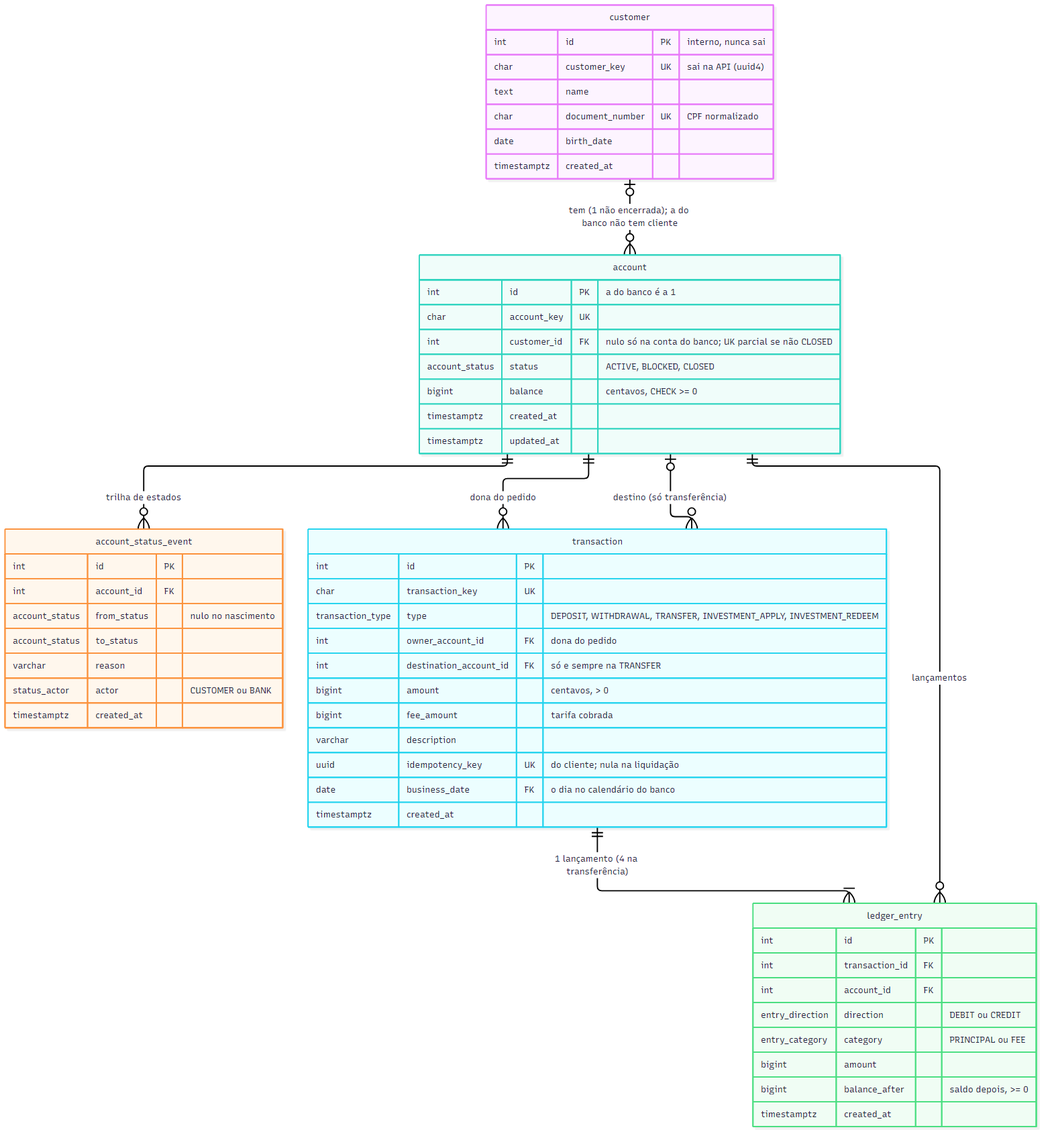
This is docs/diagramas/er-nucleo.png from heluylucas/bootcamp-qi-tech-presidas-, a Mermaid export, as it was before one commit. Its source is kept beside it as docs/diagramas/er-nucleo.mmd.
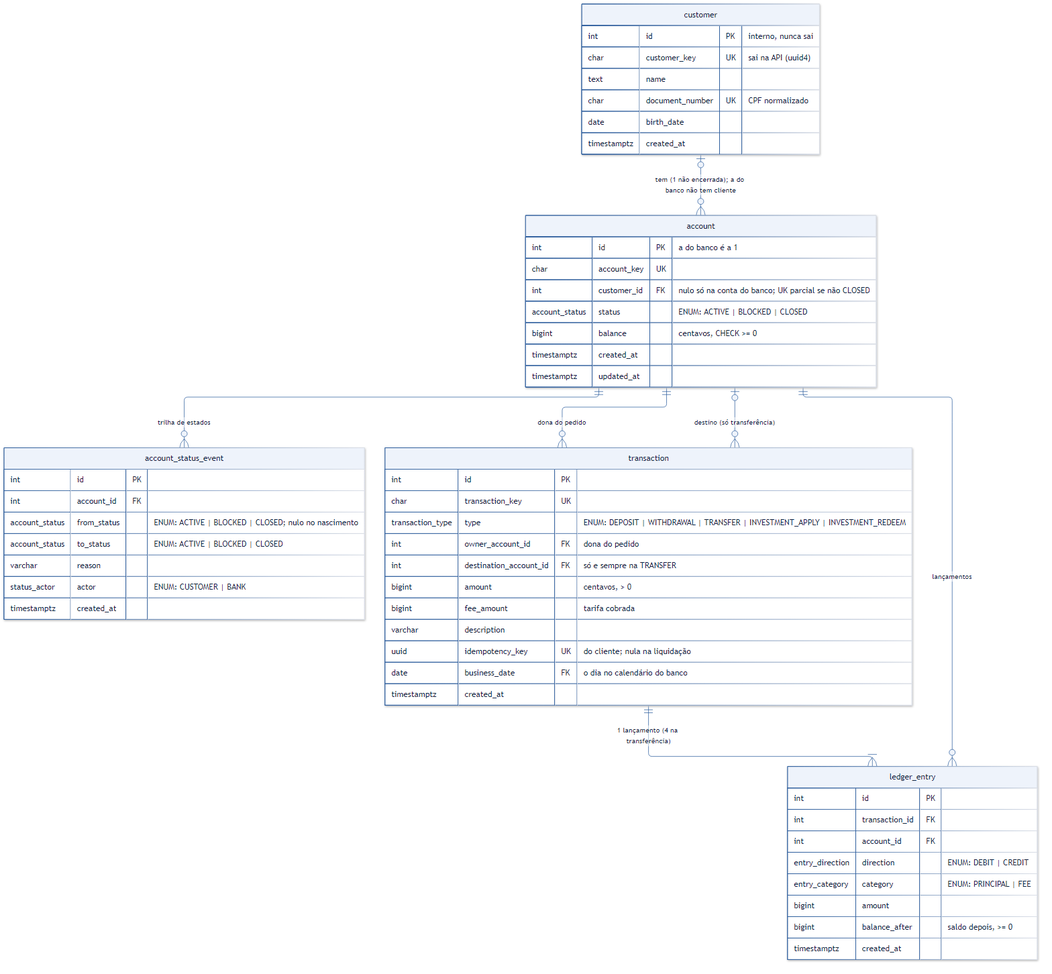
The same diagram one commit later.

Diff of the diagram source:
```diff
@@ -1,5 +1,16 @@
 ---
 config:
+  theme: base
+  themeVariables:
+    primaryColor: "#eef3fb"
+    primaryBorderColor: "#2f5f9e"
+    primaryTextColor: "#10233f"
+    lineColor: "#2f5f9e"
+    secondaryColor: "#f7f9fd"
+    tertiaryColor: "#ffffff"
+    noteBkgColor: "#f7f9fd"
+    noteBorderColor: "#2f5f9e"
+    noteTextColor: "#10233f"
   layout: elk
   elk:
     mergeEdges: false
@@ -25,7 +36,7 @@
         int id PK "a do banco é a 1"
         char account_key UK
         int customer_id FK "nulo só na conta do banco; UK parcial se não CLOSED"
-        account_status status "ACTIVE, BLOCKED, CLOSED"
+        account_status status "ENUM: ACTIVE | BLOCKED | CLOSED"
         bigint balance "centavos, CHECK >= 0"
         timestamptz created_at
         timestamptz updated_at
@@ -33,16 +44,16 @@
     account_status_event {
         int id PK
         int account_id FK
-        account_status from_status "nulo no nascimento"
-        account_status to_status
+        account_status from_status "ENUM: ACTIVE | BLOCKED | CLOSED; nulo no nascimento"
+        account_status to_status "ENUM: ACTIVE | BLOCKED | CLOSED"
         varchar reason
-        status_actor actor "CUSTOMER ou BANK"
+        status_actor actor "ENUM: CUSTOMER | BANK"
         timestamptz created_at
     }
     transaction {
         int id PK
         char transaction_key UK
-        transaction_type type "DEPOSIT, WITHDRAWAL, TRANSFER, INVESTMENT_APPLY, INVESTMENT_REDEEM"
+        transaction_type type "ENUM: DEPOSIT | WITHDRAWAL | TRANSFER | INVESTMENT_APPLY | INVESTMENT_REDEEM"
         int owner_account_id FK "dona do pedido"
         int destination_account_id FK "só e sempre na TRANSFER"
         bigint amount "centavos, > 0"
@@ -56,8 +67,8 @@
         int id PK
         int transaction_id FK
         int account_id FK
-        entry_direction direction "DEBIT ou CREDIT"
-        entry_category category "PRINCIPAL ou FEE"
+        entry_direction direction "ENUM: DEBIT | CREDIT"
+        entry_category category "ENUM: PRINCIPAL | FEE"
         bigint amount
         bigint balance_after "saldo depois, >= 0"
         timestamptz created_at
```
